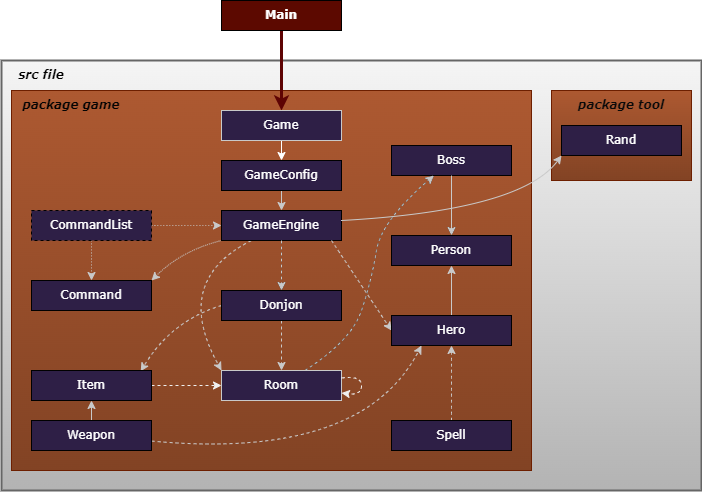
This is Jeux_RPG/diagram.drawio.png from Vivien-Parsis/Jeux-rpg, a draw.io export, as it was before one commit. Source tidied: cells renumbered, new cells last; positions are measured from the earlier drawing's top-left corner, leaving out a move shared by most shapes.
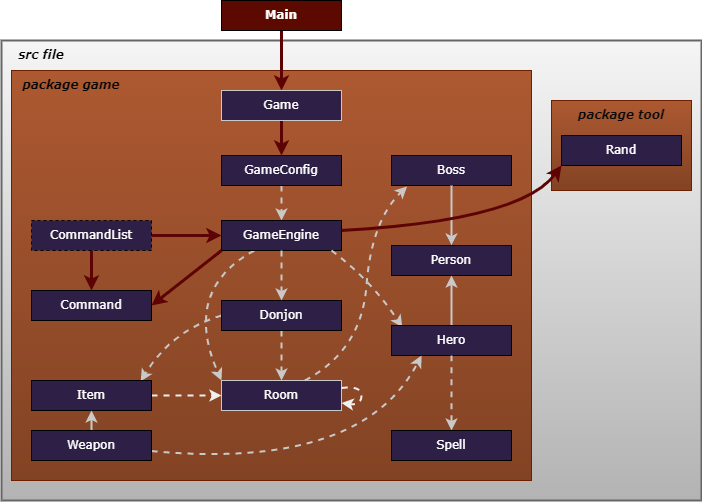
After the change.

Commit message:
changed diagram and javadoc

The edit, as a diff of the source:
```diff
@@ -3,50 +3,43 @@
     <mxCell id="0" />
     <mxCell id="1" parent="0" />
     <mxCell id="2" style="rounded=0.5;whiteSpace=wrap;html=1;strokeWidth=2;fillColor=#f5f5f5;strokeColor=#666666;gradientColor=#b3b3b3;" parent="1" vertex="1">
-      <mxGeometry y="60" width="700" height="430" as="geometry" />
+      <mxGeometry y="30" width="700" height="460" as="geometry" />
     </mxCell>
     <mxCell id="3" style="rounded=0;whiteSpace=wrap;html=1;fillColor=#AD5931;gradientColor=#824324;strokeColor=#6D1F00;fontColor=#ffffff;gradientDirection=south;" parent="1" vertex="1">
       <mxGeometry x="550" y="90" width="140" height="90" as="geometry" />
     </mxCell>
     <mxCell id="4" style="rounded=0;whiteSpace=wrap;html=1;fillColor=#AD5931;strokeColor=#6D1F00;fontColor=#ffffff;gradientColor=#824324;gradientDirection=south;" parent="1" vertex="1">
-      <mxGeometry x="10" y="90" width="520" height="380" as="geometry" />
+      <mxGeometry x="10" y="60" width="520" height="410" as="geometry" />
     </mxCell>
     <mxCell id="5" style="edgeStyle=none;html=1;strokeColor=#5e0303;strokeWidth=3;fontColor=#FFFAFA;" parent="1" edge="1" source="6" target="42">
       <mxGeometry relative="1" as="geometry" />
     </mxCell>
     <mxCell id="6" value="Main" style="rounded=0;whiteSpace=wrap;html=1;fontFamily=Verdana;fillColor=#5C0900;fontStyle=1;fontColor=#ffffff;" parent="1" vertex="1">
-      <mxGeometry x="220" width="120" height="30" as="geometry" />
+      <mxGeometry x="220" y="-10" width="120" height="30" as="geometry" />
     </mxCell>
-    <mxCell id="7" style="edgeStyle=none;html=1;fontColor=#FFFAFA;strokeColor=#C9C9C9;" parent="1" edge="1" source="8" target="12">
+    <mxCell id="7" style="edgeStyle=none;html=1;fontColor=#FFFAFA;strokeColor=#C9C9C9;dashed=1;strokeWidth=2;" parent="1" edge="1" source="8" target="12">
       <mxGeometry relative="1" as="geometry" />
     </mxCell>
     <mxCell id="8" value="GameConfig" style="rounded=0;whiteSpace=wrap;html=1;fillStyle=auto;fillColor=#2E1F46;fontFamily=Verdana;fontColor=#ffffff;" parent="1" vertex="1">
-      <mxGeometry x="220" y="160" width="120" height="30" as="geometry" />
+      <mxGeometry x="220" y="145" width="120" height="30" as="geometry" />
     </mxCell>
-    <mxCell id="9" style="edgeStyle=none;html=1;dashed=1;fontColor=#ffffff;" parent="1" edge="1" source="12" target="15">
-      <mxGeometry relative="1" as="geometry" />
-    </mxCell>
-    <mxCell id="10" style="edgeStyle=none;curved=1;html=1;entryX=0;entryY=0;entryDx=0;entryDy=0;dashed=1;fontColor=#FFFAFA;strokeColor=#C9C9C9;" parent="1" edge="1" source="12" target="28">
+    <mxCell id="10" style="edgeStyle=none;curved=1;html=1;entryX=0;entryY=0;entryDx=0;entryDy=0;dashed=1;fontColor=#FFFAFA;strokeColor=#C9C9C9;strokeWidth=2;" parent="1" edge="1" source="12" target="28">
       <mxGeometry relative="1" as="geometry">
         <Array as="points">
-          <mxPoint x="170" y="280" />
+          <mxPoint x="180" y="280" />
         </Array>
       </mxGeometry>
     </mxCell>
-    <mxCell id="11" style="edgeStyle=none;html=1;entryX=1;entryY=0;entryDx=0;entryDy=0;dashed=1;dashPattern=1 1;fontFamily=Verdana;exitX=0;exitY=1;exitDx=0;exitDy=0;curved=1;fontColor=#FFFAFA;strokeColor=#C9C9C9;" parent="1" edge="1" source="12" target="32">
-      <mxGeometry relative="1" as="geometry">
-        <Array as="points">
-          <mxPoint x="180" y="250" />
-        </Array>
-      </mxGeometry>
+    <mxCell id="11" style="edgeStyle=none;html=1;entryX=1;entryY=0.5;entryDx=0;entryDy=0;fontFamily=Helvetica;exitX=0;exitY=1;exitDx=0;exitDy=0;curved=1;fontColor=#FFFAFA;strokeColor=#5e0303;strokeWidth=3;" parent="1" edge="1" source="12" target="32">
+      <mxGeometry relative="1" as="geometry" />
     </mxCell>
     <mxCell id="12" value="GameEngine" style="rounded=0;whiteSpace=wrap;html=1;fillStyle=auto;fillColor=#2E1F46;fontFamily=Verdana;fontColor=#ffffff;" parent="1" vertex="1">
       <mxGeometry x="220" y="210" width="120" height="30" as="geometry" />
     </mxCell>
-    <mxCell id="13" style="edgeStyle=none;html=1;dashed=1;fontColor=#ffffff;strokeColor=#C9C9C9;" parent="1" edge="1" source="15" target="28">
+    <mxCell id="13" style="edgeStyle=none;html=1;dashed=1;fontColor=#ffffff;strokeColor=#C9C9C9;strokeWidth=2;" parent="1" edge="1" source="15" target="28">
       <mxGeometry relative="1" as="geometry" />
     </mxCell>
-    <mxCell id="14" style="edgeStyle=none;curved=1;html=1;entryX=0.91;entryY=0.027;entryDx=0;entryDy=0;dashed=1;exitX=0;exitY=0.5;exitDx=0;exitDy=0;entryPerimeter=0;fontColor=#FFFAFA;strokeColor=#C9C9C9;" parent="1" edge="1" source="15" target="23">
+    <mxCell id="14" style="edgeStyle=none;curved=1;html=1;entryX=0.91;entryY=0.027;entryDx=0;entryDy=0;dashed=1;exitX=0;exitY=0.5;exitDx=0;exitDy=0;entryPerimeter=0;fontColor=#FFFAFA;strokeColor=#C9C9C9;strokeWidth=2;" parent="1" edge="1" source="15" target="23">
       <mxGeometry relative="1" as="geometry">
         <Array as="points">
           <mxPoint x="170" y="320" />
@@ -65,27 +58,30 @@
     <mxCell id="18" value="Boss" style="rounded=0;whiteSpace=wrap;html=1;fillStyle=auto;fillColor=#2E1F46;fontFamily=Verdana;fontColor=#ffffff;" parent="1" vertex="1">
       <mxGeometry x="390" y="145" width="120" height="30" as="geometry" />
     </mxCell>
-    <mxCell id="19" style="edgeStyle=none;html=1;fontColor=#FFFAFA;strokeColor=#C9C9C9;" parent="1" edge="1" source="21" target="16">
+    <mxCell id="19" style="edgeStyle=none;html=1;fontColor=#FFFAFA;strokeColor=#C9C9C9;strokeWidth=2;" parent="1" edge="1" source="21" target="16">
       <mxGeometry relative="1" as="geometry" />
     </mxCell>
-    <mxCell id="20" style="edgeStyle=none;html=1;entryX=0;entryY=0.5;entryDx=0;entryDy=0;dashed=1;curved=1;fontColor=#FFFAFA;strokeColor=#C9C9C9;" parent="1" edge="1" target="21">
+    <mxCell id="20" style="edgeStyle=none;html=1;entryX=0.09;entryY=0.06;entryDx=0;entryDy=0;dashed=1;curved=1;fontColor=#FFFAFA;strokeColor=#C9C9C9;strokeWidth=2;entryPerimeter=0;" parent="1" edge="1" target="21">
       <mxGeometry relative="1" as="geometry">
         <mxPoint x="330" y="240" as="sourcePoint" />
+        <Array as="points">
+          <mxPoint x="370" y="270" />
+        </Array>
       </mxGeometry>
     </mxCell>
     <mxCell id="21" value="Hero" style="rounded=0;whiteSpace=wrap;html=1;fillStyle=auto;fillColor=#2E1F46;fontFamily=Verdana;fontColor=#ffffff;" parent="1" vertex="1">
       <mxGeometry x="390" y="315" width="120" height="30" as="geometry" />
     </mxCell>
-    <mxCell id="22" style="edgeStyle=none;html=1;entryX=0;entryY=0.5;entryDx=0;entryDy=0;dashed=1;fontColor=#FFFAFA;strokeColor=#F0F0F0;" parent="1" edge="1" source="23" target="28">
+    <mxCell id="22" style="edgeStyle=none;html=1;entryX=0;entryY=0.5;entryDx=0;entryDy=0;dashed=1;fontColor=#FFFAFA;strokeColor=#F0F0F0;strokeWidth=2;" parent="1" edge="1" source="23" target="28">
       <mxGeometry relative="1" as="geometry" />
     </mxCell>
     <mxCell id="23" value="Item" style="rounded=0;whiteSpace=wrap;html=1;fillStyle=auto;fillColor=#2E1F46;fontFamily=Verdana;fontColor=#ffffff;" parent="1" vertex="1">
       <mxGeometry x="30" y="370" width="120" height="30" as="geometry" />
     </mxCell>
-    <mxCell id="24" style="edgeStyle=none;html=1;fontColor=#FFFAFA;strokeColor=#C9C9C9;" parent="1" edge="1" source="26" target="23">
+    <mxCell id="24" style="edgeStyle=none;html=1;fontColor=#FFFAFA;strokeColor=#C9C9C9;strokeWidth=2;" parent="1" edge="1" source="26" target="23">
       <mxGeometry relative="1" as="geometry" />
     </mxCell>
-    <mxCell id="25" style="edgeStyle=none;html=1;entryX=0.25;entryY=1;entryDx=0;entryDy=0;dashed=1;curved=1;fontColor=#FFFAFA;strokeColor=#C9C9C9;" parent="1" edge="1" source="26" target="21">
+    <mxCell id="25" style="edgeStyle=none;html=1;entryX=0.25;entryY=1;entryDx=0;entryDy=0;dashed=1;curved=1;fontColor=#FFFAFA;strokeColor=#C9C9C9;strokeWidth=2;" parent="1" edge="1" source="26" target="21">
       <mxGeometry relative="1" as="geometry">
         <Array as="points">
           <mxPoint x="360" y="460" />
@@ -95,22 +91,13 @@
     <mxCell id="26" value="Weapon" style="rounded=0;whiteSpace=wrap;html=1;fillStyle=auto;fillColor=#2E1F46;fontFamily=Verdana;fontColor=#ffffff;" parent="1" vertex="1">
       <mxGeometry x="30" y="420" width="120" height="30" as="geometry" />
     </mxCell>
-    <mxCell id="27" style="edgeStyle=none;html=1;dashed=1;curved=1;fontColor=#FFFAFA;" parent="1" edge="1" source="28" target="18">
-      <mxGeometry relative="1" as="geometry">
-        <Array as="points">
-          <mxPoint x="350" y="340" />
-          <mxPoint x="370" y="280" />
-          <mxPoint x="380" y="220" />
-        </Array>
-      </mxGeometry>
-    </mxCell>
     <mxCell id="28" value="Room" style="rounded=0;whiteSpace=wrap;html=1;fillStyle=auto;fillColor=#2E1F46;fontFamily=Verdana;fontColor=#ffffff;strokeColor=#C9C9C9;" parent="1" vertex="1">
       <mxGeometry x="220" y="370" width="120" height="30" as="geometry" />
     </mxCell>
-    <mxCell id="29" style="edgeStyle=none;curved=1;html=1;dashed=1;fontColor=#FFFAFA;strokeColor=#F0F0F0;" parent="1" edge="1" source="28" target="28">
+    <mxCell id="29" style="edgeStyle=none;curved=1;html=1;dashed=1;fontColor=#FFFAFA;strokeColor=#F0F0F0;strokeWidth=2;" parent="1" edge="1" source="28" target="28">
       <mxGeometry relative="1" as="geometry" />
     </mxCell>
-    <mxCell id="30" style="edgeStyle=none;curved=1;html=1;dashed=1;fontColor=#FFFAFA;strokeColor=#C9C9C9;" parent="1" edge="1" source="31" target="21">
+    <mxCell id="30" style="edgeStyle=none;curved=1;html=1;dashed=1;fontColor=#FFFAFA;strokeColor=#C9C9C9;strokeWidth=2;exitX=0.5;exitY=1;exitDx=0;exitDy=0;entryX=0.5;entryY=0;entryDx=0;entryDy=0;" parent="1" edge="1" source="21" target="31">
       <mxGeometry relative="1" as="geometry" />
     </mxCell>
     <mxCell id="31" value="Spell" style="rounded=0;whiteSpace=wrap;html=1;fillStyle=auto;fillColor=#2E1F46;fontFamily=Verdana;fontColor=#ffffff;" parent="1" vertex="1">
@@ -122,50 +109,48 @@
     <mxCell id="33" style="edgeStyle=none;curved=1;html=1;dashed=1;strokeWidth=1;strokeColor=none;dashPattern=1 4;fontColor=#ffffff;" parent="1" edge="1" source="36" target="12">
       <mxGeometry relative="1" as="geometry" />
     </mxCell>
-    <mxCell id="34" style="edgeStyle=none;curved=1;html=1;dashed=1;dashPattern=1 2;strokeWidth=1;fontColor=#FFFAFA;strokeColor=#C9C9C9;" parent="1" edge="1" source="36">
+    <mxCell id="34" style="edgeStyle=none;curved=1;html=1;strokeWidth=3;fontColor=#FFFAFA;strokeColor=#5e0303;" parent="1" edge="1" source="36">
       <mxGeometry relative="1" as="geometry">
         <mxPoint x="220" y="225" as="targetPoint" />
       </mxGeometry>
     </mxCell>
-    <mxCell id="35" style="edgeStyle=none;curved=1;html=1;dashed=1;dashPattern=1 2;strokeWidth=1;fontColor=#FFFAFA;strokeColor=#C9C9C9;" parent="1" edge="1" source="36" target="32">
+    <mxCell id="35" style="edgeStyle=none;curved=1;html=1;strokeWidth=3;fontColor=#FFFAFA;strokeColor=#5e0303;" parent="1" edge="1" source="36" target="32">
       <mxGeometry relative="1" as="geometry" />
     </mxCell>
     <mxCell id="36" value="CommandList" style="rounded=0;whiteSpace=wrap;html=1;dashed=1;fillStyle=auto;fillColor=#2E1F46;fontFamily=Verdana;fontColor=#ffffff;" parent="1" vertex="1">
       <mxGeometry x="30" y="210" width="120" height="30" as="geometry" />
     </mxCell>
     <mxCell id="37" value="&lt;font face=&quot;Verdana&quot;&gt;package game&lt;/font&gt;" style="text;html=1;align=center;verticalAlign=middle;whiteSpace=wrap;rounded=0;fontStyle=3;fontColor=#030303;" parent="1" vertex="1">
-      <mxGeometry x="20" y="90" width="100" height="30" as="geometry" />
+      <mxGeometry x="20" y="60" width="100" height="30" as="geometry" />
     </mxCell>
-    <mxCell id="38" style="edgeStyle=none;html=1;fontColor=#FFFAFA;strokeColor=#C9C9C9;" parent="1" edge="1">
+    <mxCell id="38" style="edgeStyle=none;html=1;fontColor=#FFFAFA;strokeColor=#C9C9C9;strokeWidth=2;" parent="1" edge="1">
       <mxGeometry relative="1" as="geometry">
         <mxPoint x="450" y="175" as="sourcePoint" />
         <mxPoint x="450" y="235" as="targetPoint" />
       </mxGeometry>
     </mxCell>
-    <mxCell id="39" style="edgeStyle=none;html=1;dashed=1;curved=1;fontColor=#FFFAFA;strokeColor=#C9C9C9;" parent="1" edge="1">
+    <mxCell id="39" style="edgeStyle=none;html=1;dashed=1;curved=1;fontColor=#FFFAFA;strokeColor=#C9C9C9;strokeWidth=2;entryX=0.13;entryY=1.033;entryDx=0;entryDy=0;entryPerimeter=0;" parent="1" edge="1" target="18">
       <mxGeometry relative="1" as="geometry">
         <mxPoint x="303.3" y="370" as="sourcePoint" />
-        <mxPoint x="432.5" y="175" as="targetPoint" />
         <Array as="points">
-          <mxPoint x="350" y="340" />
-          <mxPoint x="370" y="280" />
-          <mxPoint x="380" y="220" />
+          <mxPoint x="360" y="340" />
+          <mxPoint x="370" y="210" />
         </Array>
       </mxGeometry>
     </mxCell>
-    <mxCell id="40" style="edgeStyle=none;html=1;dashed=1;fontColor=#ffffff;strokeColor=#C9C9C9;" parent="1" edge="1">
+    <mxCell id="40" style="edgeStyle=none;html=1;dashed=1;fontColor=#ffffff;strokeColor=#C9C9C9;strokeWidth=2;" parent="1" edge="1">
       <mxGeometry relative="1" as="geometry">
         <mxPoint x="280" y="240" as="sourcePoint" />
         <mxPoint x="280" y="290" as="targetPoint" />
       </mxGeometry>
     </mxCell>
-    <mxCell id="41" style="edgeStyle=none;html=1;entryX=0.5;entryY=0;entryDx=0;entryDy=0;strokeColor=#ffffff;strokeWidth=1;fontColor=#FFFAFA;" parent="1" edge="1" source="42" target="8">
+    <mxCell id="41" style="edgeStyle=none;html=1;entryX=0.5;entryY=0;entryDx=0;entryDy=0;strokeColor=#5e0303;strokeWidth=3;fontColor=#FFFAFA;" parent="1" edge="1" source="42" target="8">
       <mxGeometry relative="1" as="geometry" />
     </mxCell>
     <mxCell id="42" value="Game" style="rounded=0;whiteSpace=wrap;html=1;fillStyle=auto;fillColor=#2E1F46;fontFamily=Verdana;fontColor=#ffffff;strokeColor=#C9C9C9;" parent="1" vertex="1">
-      <mxGeometry x="220" y="110" width="120" height="30" as="geometry" />
+      <mxGeometry x="220" y="80" width="120" height="30" as="geometry" />
     </mxCell>
-    <mxCell id="43" style="edgeStyle=none;html=1;entryX=0;entryY=1;entryDx=0;entryDy=0;strokeColor=#C9C9C9;curved=1;" parent="1" edge="1" target="44">
+    <mxCell id="43" style="edgeStyle=none;html=1;entryX=0;entryY=1;entryDx=0;entryDy=0;strokeColor=#5e0303;curved=1;fontColor=#FFFAFA;strokeWidth=3;" parent="1" edge="1" target="44">
       <mxGeometry relative="1" as="geometry">
         <mxPoint x="340" y="220" as="sourcePoint" />
         <Array as="points">
@@ -180,7 +165,7 @@
       <mxGeometry x="570" y="90" width="100" height="30" as="geometry" />
     </mxCell>
     <mxCell id="46" value="&lt;font face=&quot;Verdana&quot;&gt;src file&lt;/font&gt;" style="text;html=1;align=center;verticalAlign=middle;whiteSpace=wrap;rounded=0;fontColor=#000000;fontStyle=3;strokeColor=none;labelBackgroundColor=none;labelBorderColor=none;" parent="1" vertex="1">
-      <mxGeometry x="10" y="60" width="60" height="30" as="geometry" />
+      <mxGeometry x="10" y="30" width="60" height="30" as="geometry" />
     </mxCell>
   </root>
 </mxGraphModel>
```
